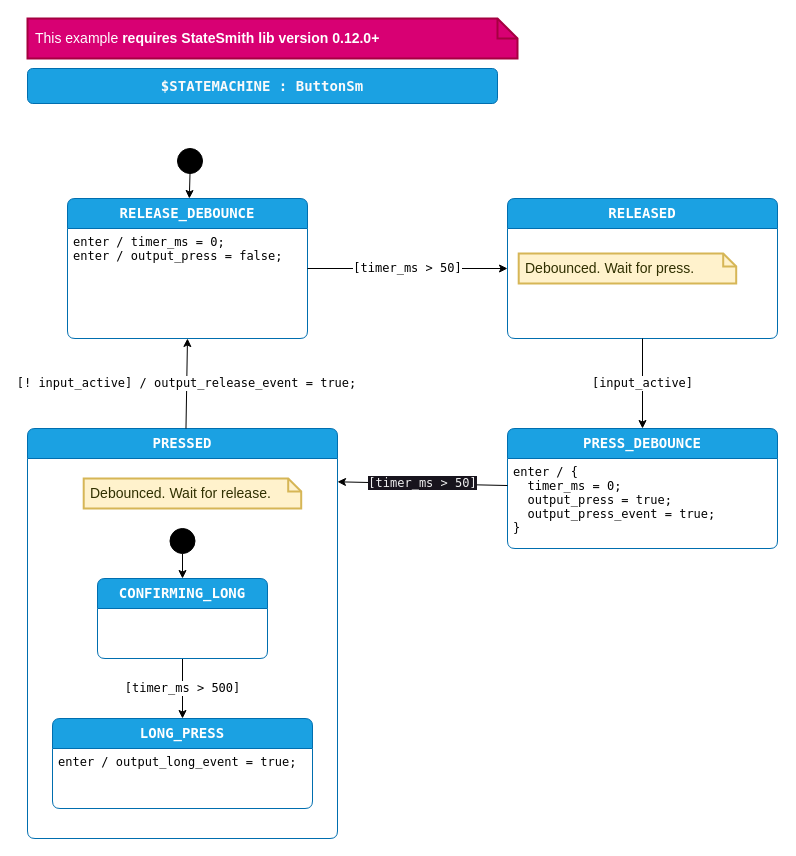
Earlier version of the draw.io diagram page "design" (1 of 3) of buttons-lights-2/ButtonSm.drawio (StateSmith/StateSmith-examples). Source tidied: cells renumbered, new cells numbered last; positions are measured from the earlier drawing's top-left corner, leaving out a move shared by most shapes. Both pictures are drawn from the tidied source at 100%, with x=0, y=0 at pixel (27, 18).
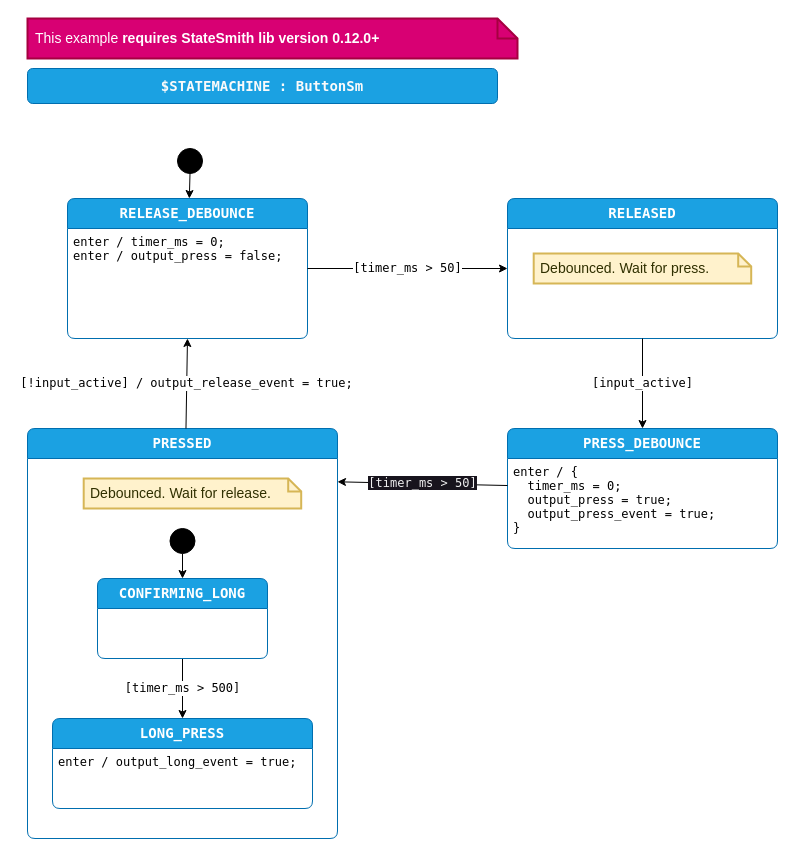
Above is the later version.

Commit message (it also covers changes not shown here):
button lights 2 tidy

The change refers to these unchanged cells:
```xml
<mxCell id="5" value="RELEASE_DEBOUNCE" style="shape=swimlane;align=center;verticalAlign=top;fontFamily=Lucida Console;startSize=30;fontSize=14;fontStyle=1;fontColor=#ffffff;fillColor=#1ba1e2;swimlaneFillColor=default;rounded=1;arcSize=15;absoluteArcSize=1;points=[[0,0,0,0,0],[0,0.06,0,0,0],[0,0.13,0,0,0],[0,0.19,0,0,0],[0,0.25,0,0,0],[0,0.31,0,0,0],[0,0.38,0,0,0],[0,0.44,0,0,0],[0,0.5,0,0,0],[0,0.56,0,0,0],[0,0.63,0,0,0],[0,0.69,0,0,0],[0,0.75,0,0,0],[0,0.81,0,0,0],[0,0.88,0,0,0],[0,0.94,0,0,0],[0,1,0,0,0],[0.06,0,0,0,0],[0.06,1,0,0,0],[0.13,0,0,0,0],[0.13,1,0,0,0],[0.19,0,0,0,0],[0.19,1,0,0,0],[0.25,0,0,0,0],[0.25,1,0,0,0],[0.31,0,0,0,0],[0.31,1,0,0,0],[0.38,0,0,0,0],[0.38,1,0,0,0],[0.44,0,0,0,0],[0.44,1,0,0,0],[0.5,0,0,0,0],[0.5,1,0,0,0],[0.56,0,0,0,0],[0.56,1,0,0,0],[0.63,0,0,0,0],[0.63,1,0,0,0],[0.69,0,0,0,0],[0.69,1,0,0,0],[0.75,0,0,0,0],[0.75,1,0,0,0],[0.81,0,0,0,0],[0.81,1,0,0,0],[0.88,0,0,0,0],[0.88,1,0,0,0],[0.94,0,0,0,0],[0.94,1,0,0,0],[1,0,0,0,0],[1,0.06,0,0,0],[1,0.13,0,0,0],[1,0.19,0,0,0],[1,0.25,0,0,0],[1,0.31,0,0,0],[1,0.38,0,0,0],[1,0.44,0,0,0],[1,0.5,0,0,0],[1,0.56,0,0,0],[1,0.63,0,0,0],[1,0.69,0,0,0],[1,0.75,0,0,0],[1,0.81,0,0,0],[1,0.88,0,0,0],[1,0.94,0,0,0],[1,1,0,0,0]];strokeColor=#006EAF;" parent="1" vertex="1">
  <mxGeometry x="40" y="180" width="240" height="140" as="geometry" />
</mxCell>
<mxCell id="7" value="PRESSED" style="shape=swimlane;align=center;verticalAlign=top;fontFamily=Lucida Console;startSize=30;fontSize=14;fontStyle=1;fontColor=#ffffff;fillColor=#1ba1e2;swimlaneFillColor=default;rounded=1;arcSize=15;absoluteArcSize=1;points=[[0,0,0,0,0],[0,0.06,0,0,0],[0,0.13,0,0,0],[0,0.19,0,0,0],[0,0.25,0,0,0],[0,0.31,0,0,0],[0,0.38,0,0,0],[0,0.44,0,0,0],[0,0.5,0,0,0],[0,0.56,0,0,0],[0,0.63,0,0,0],[0,0.69,0,0,0],[0,0.75,0,0,0],[0,0.81,0,0,0],[0,0.88,0,0,0],[0,0.94,0,0,0],[0,1,0,0,0],[0.06,0,0,0,0],[0.06,1,0,0,0],[0.13,0,0,0,0],[0.13,1,0,0,0],[0.19,0,0,0,0],[0.19,1,0,0,0],[0.25,0,0,0,0],[0.25,1,0,0,0],[0.31,0,0,0,0],[0.31,1,0,0,0],[0.38,0,0,0,0],[0.38,1,0,0,0],[0.44,0,0,0,0],[0.44,1,0,0,0],[0.5,0,0,0,0],[0.5,1,0,0,0],[0.56,0,0,0,0],[0.56,1,0,0,0],[0.63,0,0,0,0],[0.63,1,0,0,0],[0.69,0,0,0,0],[0.69,1,0,0,0],[0.75,0,0,0,0],[0.75,1,0,0,0],[0.81,0,0,0,0],[0.81,1,0,0,0],[0.88,0,0,0,0],[0.88,1,0,0,0],[0.94,0,0,0,0],[0.94,1,0,0,0],[1,0,0,0,0],[1,0.06,0,0,0],[1,0.13,0,0,0],[1,0.19,0,0,0],[1,0.25,0,0,0],[1,0.31,0,0,0],[1,0.38,0,0,0],[1,0.44,0,0,0],[1,0.5,0,0,0],[1,0.56,0,0,0],[1,0.63,0,0,0],[1,0.69,0,0,0],[1,0.75,0,0,0],[1,0.81,0,0,0],[1,0.88,0,0,0],[1,0.94,0,0,0],[1,1,0,0,0]];strokeColor=#006EAF;" parent="1" vertex="1">
  <mxGeometry y="410" width="310" height="410" as="geometry" />
</mxCell>
<mxCell id="20" value="RELEASED" style="shape=swimlane;align=center;verticalAlign=top;fontFamily=Lucida Console;startSize=30;fontSize=14;fontStyle=1;fontColor=#ffffff;fillColor=#1ba1e2;swimlaneFillColor=default;rounded=1;arcSize=15;absoluteArcSize=1;points=[[0,0,0,0,0],[0,0.06,0,0,0],[0,0.13,0,0,0],[0,0.19,0,0,0],[0,0.25,0,0,0],[0,0.31,0,0,0],[0,0.38,0,0,0],[0,0.44,0,0,0],[0,0.5,0,0,0],[0,0.56,0,0,0],[0,0.63,0,0,0],[0,0.69,0,0,0],[0,0.75,0,0,0],[0,0.81,0,0,0],[0,0.88,0,0,0],[0,0.94,0,0,0],[0,1,0,0,0],[0.06,0,0,0,0],[0.06,1,0,0,0],[0.13,0,0,0,0],[0.13,1,0,0,0],[0.19,0,0,0,0],[0.19,1,0,0,0],[0.25,0,0,0,0],[0.25,1,0,0,0],[0.31,0,0,0,0],[0.31,1,0,0,0],[0.38,0,0,0,0],[0.38,1,0,0,0],[0.44,0,0,0,0],[0.44,1,0,0,0],[0.5,0,0,0,0],[0.5,1,0,0,0],[0.56,0,0,0,0],[0.56,1,0,0,0],[0.63,0,0,0,0],[0.63,1,0,0,0],[0.69,0,0,0,0],[0.69,1,0,0,0],[0.75,0,0,0,0],[0.75,1,0,0,0],[0.81,0,0,0,0],[0.81,1,0,0,0],[0.88,0,0,0,0],[0.88,1,0,0,0],[0.94,0,0,0,0],[0.94,1,0,0,0],[1,0,0,0,0],[1,0.06,0,0,0],[1,0.13,0,0,0],[1,0.19,0,0,0],[1,0.25,0,0,0],[1,0.31,0,0,0],[1,0.38,0,0,0],[1,0.44,0,0,0],[1,0.5,0,0,0],[1,0.56,0,0,0],[1,0.63,0,0,0],[1,0.69,0,0,0],[1,0.75,0,0,0],[1,0.81,0,0,0],[1,0.88,0,0,0],[1,0.94,0,0,0],[1,1,0,0,0]];strokeColor=#006EAF;" parent="1" vertex="1">
  <mxGeometry x="480" y="180" width="270" height="140" as="geometry" />
</mxCell>
```

What changed in the source:
```diff
@@
     <mxCell id="22" value="Debounced.&amp;nbsp;&lt;span style=&quot;background-color: initial;&quot;&gt;Wait for press.&lt;/span&gt;" style="shape=note;strokeWidth=2;fontSize=14;size=13;whiteSpace=wrap;html=1;fillColor=#fff2cc;strokeColor=#d6b656;fontColor=#303000;align=left;spacingLeft=5;" parent="20" vertex="1">
-      <mxGeometry x="11.2" y="55" width="217.5" height="30" as="geometry" />
+      <mxGeometry x="26.2" y="55" width="217.5" height="30" as="geometry" />
     </mxCell>
@@
-    <mxCell id="26" value="[! input_active] / output_release_event = true;" style="edgeStyle=none;shape=connector;rounded=0;jettySize=auto;html=1;entryX=0.5;entryY=1;entryDx=0;entryDy=0;entryPerimeter=0;strokeColor=default;align=center;verticalAlign=middle;fontFamily=Lucida Console;fontSize=12;fontColor=default;labelBackgroundColor=default;endArrow=classic;" parent="1" edge="1" source="7" target="5">
+    <mxCell id="26" value="[!input_active] / output_release_event = true;" style="edgeStyle=none;shape=connector;rounded=0;jettySize=auto;html=1;entryX=0.5;entryY=1;entryDx=0;entryDy=0;entryPerimeter=0;strokeColor=default;align=center;verticalAlign=middle;fontFamily=Lucida Console;fontSize=12;fontColor=default;labelBackgroundColor=default;endArrow=classic;" parent="1" edge="1" source="7" target="5">
       <mxGeometry relative="1" as="geometry" />
     </mxCell>
```
